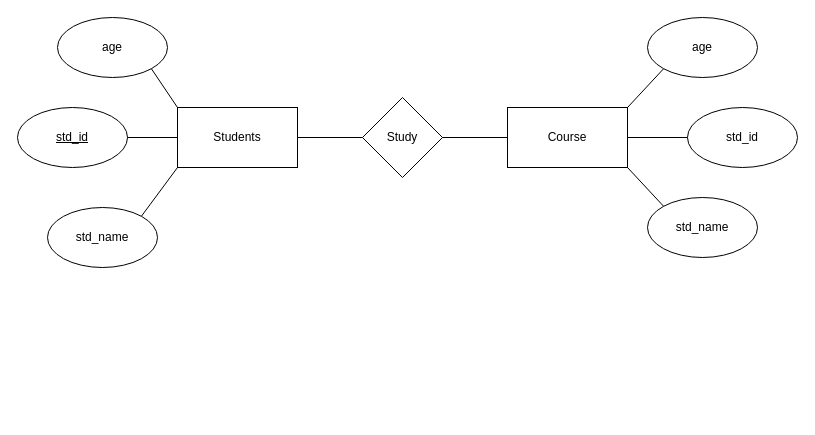
Before: StudentCourseERD.drawio in Vinay-R-S/ER-Diagram, a draw.io diagram. Source tidied: cells renumbered, new cells numbered last; positions are measured from the earlier drawing's top-left corner, leaving out a move shared by most shapes. Both pictures are drawn from the tidied source at 100%, with x=0, y=0 at pixel (17, 17).
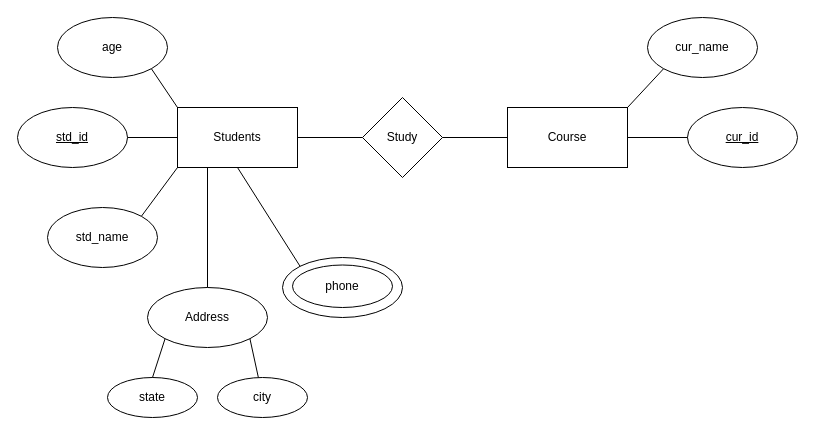
Above is the later version.

The change refers to these unchanged cells:
```xml
<mxCell id="2" value="Students" style="rounded=0;whiteSpace=wrap;html=1;" parent="1" vertex="1">
  <mxGeometry x="160" y="90" width="120" height="60" as="geometry" />
</mxCell>
<mxCell id="3" value="Course" style="rounded=0;whiteSpace=wrap;html=1;" parent="1" vertex="1">
  <mxGeometry x="490" y="90" width="120" height="60" as="geometry" />
</mxCell>
```

The edit, as a diff of the source:
```diff
@@
-    <mxCell id="10" value="std_id" style="ellipse;whiteSpace=wrap;html=1;" parent="1" vertex="1">
+    <mxCell id="10" value="&lt;u&gt;cur_id&lt;/u&gt;" style="ellipse;whiteSpace=wrap;html=1;" parent="1" vertex="1">
       <mxGeometry x="670" y="90" width="110" height="60" as="geometry" />
     </mxCell>
-    <mxCell id="11" value="std_name" style="ellipse;whiteSpace=wrap;html=1;" parent="1" vertex="1">
-      <mxGeometry x="630" y="180" width="110" height="60" as="geometry" />
-    </mxCell>
-    <mxCell id="12" value="age" style="ellipse;whiteSpace=wrap;html=1;" parent="1" vertex="1">
+    <mxCell id="12" value="cur_name" style="ellipse;whiteSpace=wrap;html=1;" parent="1" vertex="1">
       <mxGeometry x="630" width="110" height="60" as="geometry" />
     </mxCell>
@@
-    <mxCell id="15" style="endArrow=none;html=1;rounded=0;entryX=0;entryY=0;entryDx=0;entryDy=0;exitX=1;exitY=1;exitDx=0;exitDy=0;" parent="1" edge="1" source="3" target="11">
-      <mxGeometry relative="1" as="geometry" />
-    </mxCell>
@@
+    <mxCell id="19" style="group;" parent="1" vertex="1">
+      <mxGeometry x="130" y="270" width="120" height="60" as="geometry" />
+    </mxCell>
+    <mxCell id="20" value="Address" style="ellipse;whiteSpace=wrap;html=1;" parent="19" vertex="1">
+      <mxGeometry width="120" height="60" as="geometry" />
+    </mxCell>
+    <mxCell id="21" style="group;" parent="1" vertex="1">
+      <mxGeometry x="265" y="240" width="120" height="60" as="geometry" />
+    </mxCell>
+    <mxCell id="22" style="ellipse;whiteSpace=wrap;html=1;" parent="21" vertex="1">
+      <mxGeometry width="120" height="60" as="geometry" />
+    </mxCell>
+    <mxCell id="23" value="phone" style="ellipse;whiteSpace=wrap;html=1;" parent="21" vertex="1">
+      <mxGeometry x="10" y="7.5" width="100" height="42.5" as="geometry" />
+    </mxCell>
+    <mxCell id="24" style="endArrow=none;html=1;rounded=0;entryX=0.5;entryY=1;entryDx=0;entryDy=0;exitX=0;exitY=0;exitDx=0;exitDy=0;" parent="1" edge="1" source="22" target="2">
+      <mxGeometry relative="1" as="geometry" />
+    </mxCell>
+    <mxCell id="25" style="endArrow=none;html=1;rounded=0;entryX=0.25;entryY=1;entryDx=0;entryDy=0;exitX=0.5;exitY=0;exitDx=0;exitDy=0;" parent="1" edge="1" source="20" target="2">
+      <mxGeometry relative="1" as="geometry" />
+    </mxCell>
+    <mxCell id="26" style="group;" parent="1" vertex="1">
+      <mxGeometry x="90" y="360" width="90" height="40" as="geometry" />
+    </mxCell>
+    <mxCell id="27" value="state" style="ellipse;whiteSpace=wrap;html=1;" parent="26" vertex="1">
+      <mxGeometry width="90" height="40" as="geometry" />
+    </mxCell>
+    <mxCell id="28" style="group;" parent="1" vertex="1">
+      <mxGeometry x="200" y="360" width="90" height="40" as="geometry" />
+    </mxCell>
+    <mxCell id="29" value="city" style="ellipse;whiteSpace=wrap;html=1;" parent="28" vertex="1">
+      <mxGeometry width="90" height="40" as="geometry" />
+    </mxCell>
+    <mxCell id="30" style="endArrow=none;html=1;rounded=0;entryX=0;entryY=1;entryDx=0;entryDy=0;exitX=0.5;exitY=0;exitDx=0;exitDy=0;" parent="1" edge="1" source="27" target="20">
+      <mxGeometry relative="1" as="geometry" />
+    </mxCell>
+    <mxCell id="31" style="endArrow=none;html=1;rounded=0;entryX=1;entryY=1;entryDx=0;entryDy=0;" parent="1" edge="1" source="29" target="20">
+      <mxGeometry relative="1" as="geometry" />
+    </mxCell>
```
